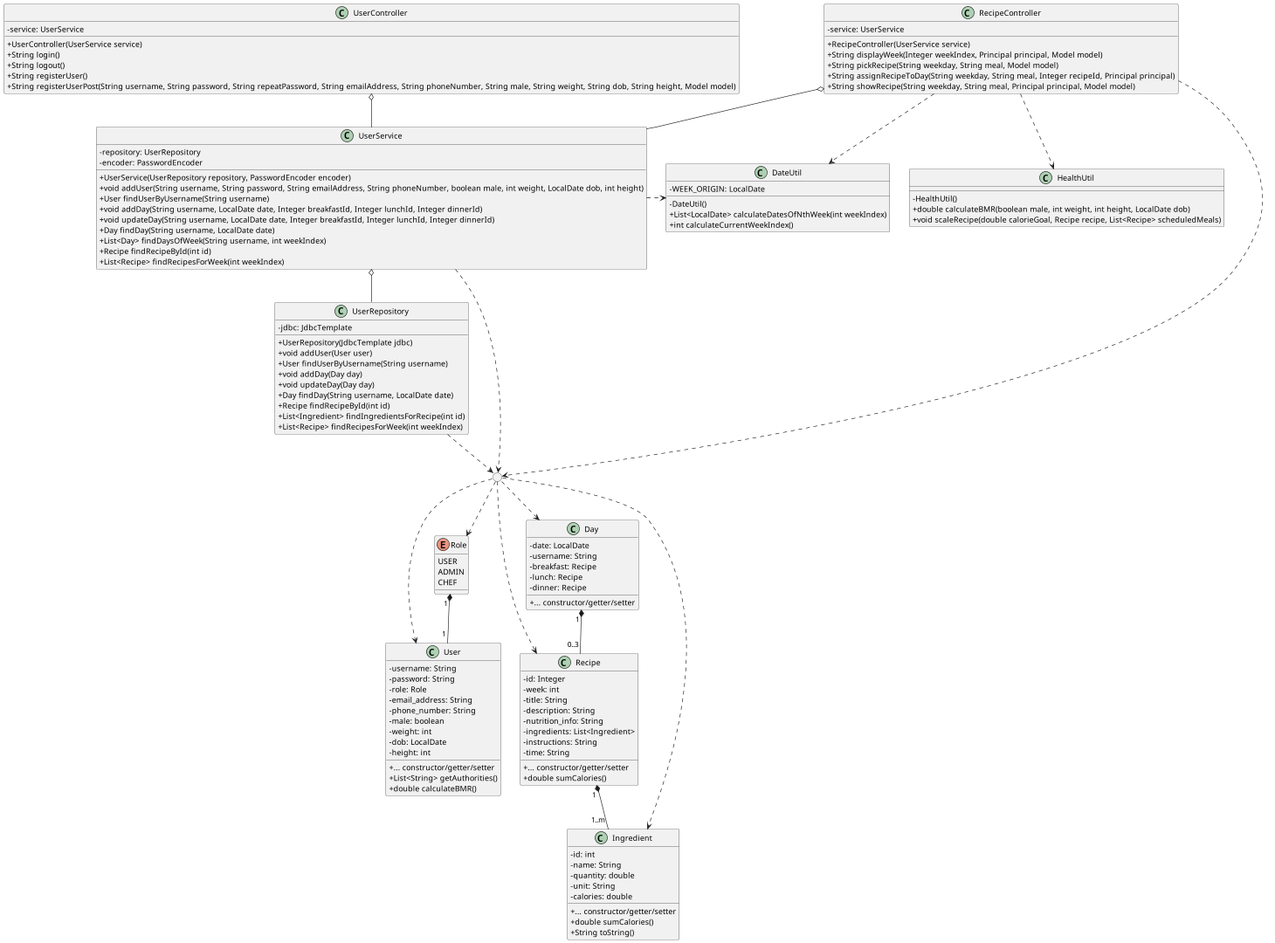
This is diagram/class-diagram.png from sofush/kostplan, a PlantUML export, as it was before one commit.
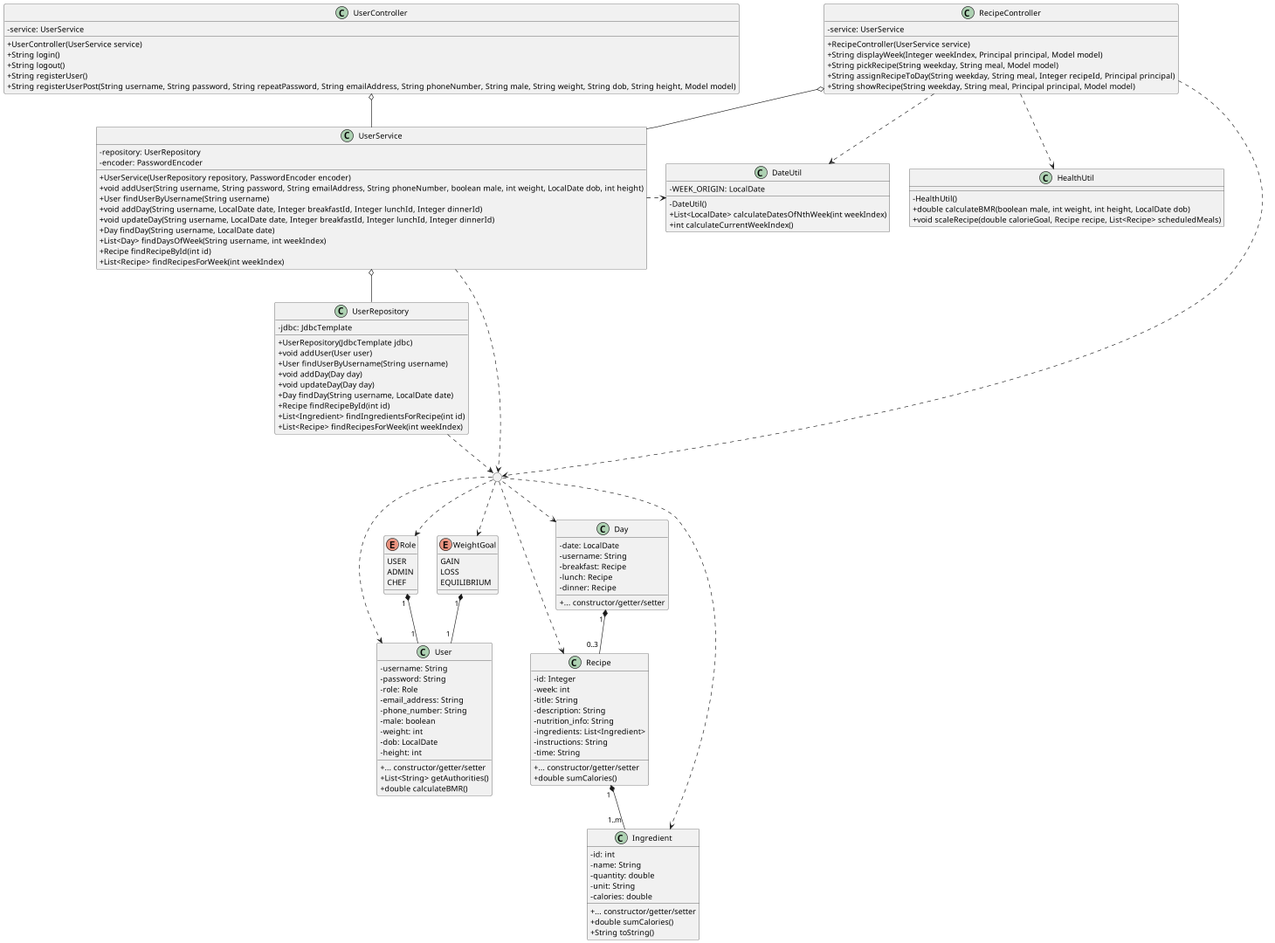
The same file after the commit.

Commit message:
docs: add a weight goal to class diagram

Change to the diagram source:
```diff
@@ -5,6 +5,11 @@
 	USER
 	ADMIN
 	CHEF
+}
+enum WeightGoal {
+	GAIN
+	LOSS
+	EQUILIBRIUM
 }
 class User {
 	- username: String
@@ -115,10 +120,12 @@
 
 entities ..> User
 entities ..> Role
+entities ..> WeightGoal
 entities ..> Day
 entities ..> Recipe
 entities ..> Ingredient
 Role " 1 " *-- " 1 " User
+WeightGoal " 1 " *-- " 1 " User
 Day " 1 " *-- " 0..3 " Recipe
 Recipe " 1 " *-- " 1..m " Ingredient
 RecipeController ..> entities
```
